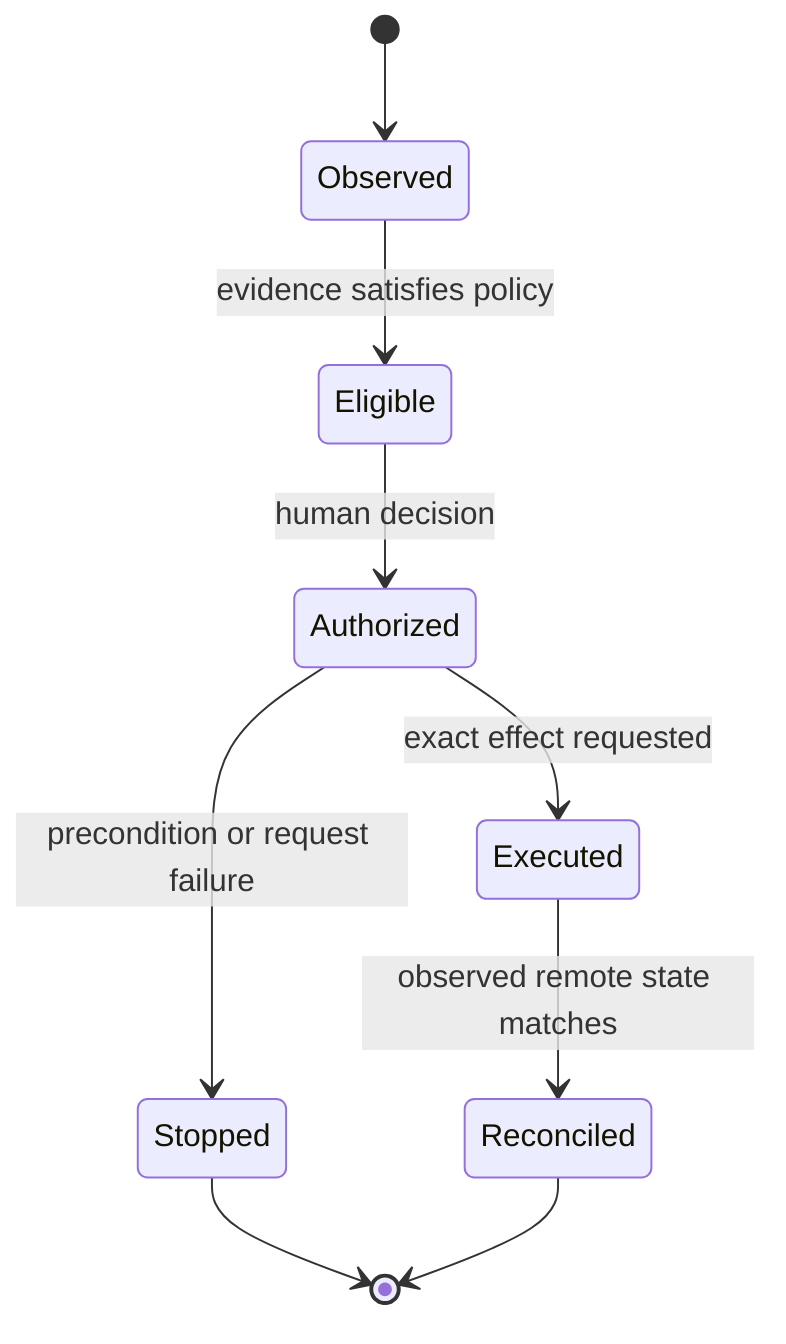
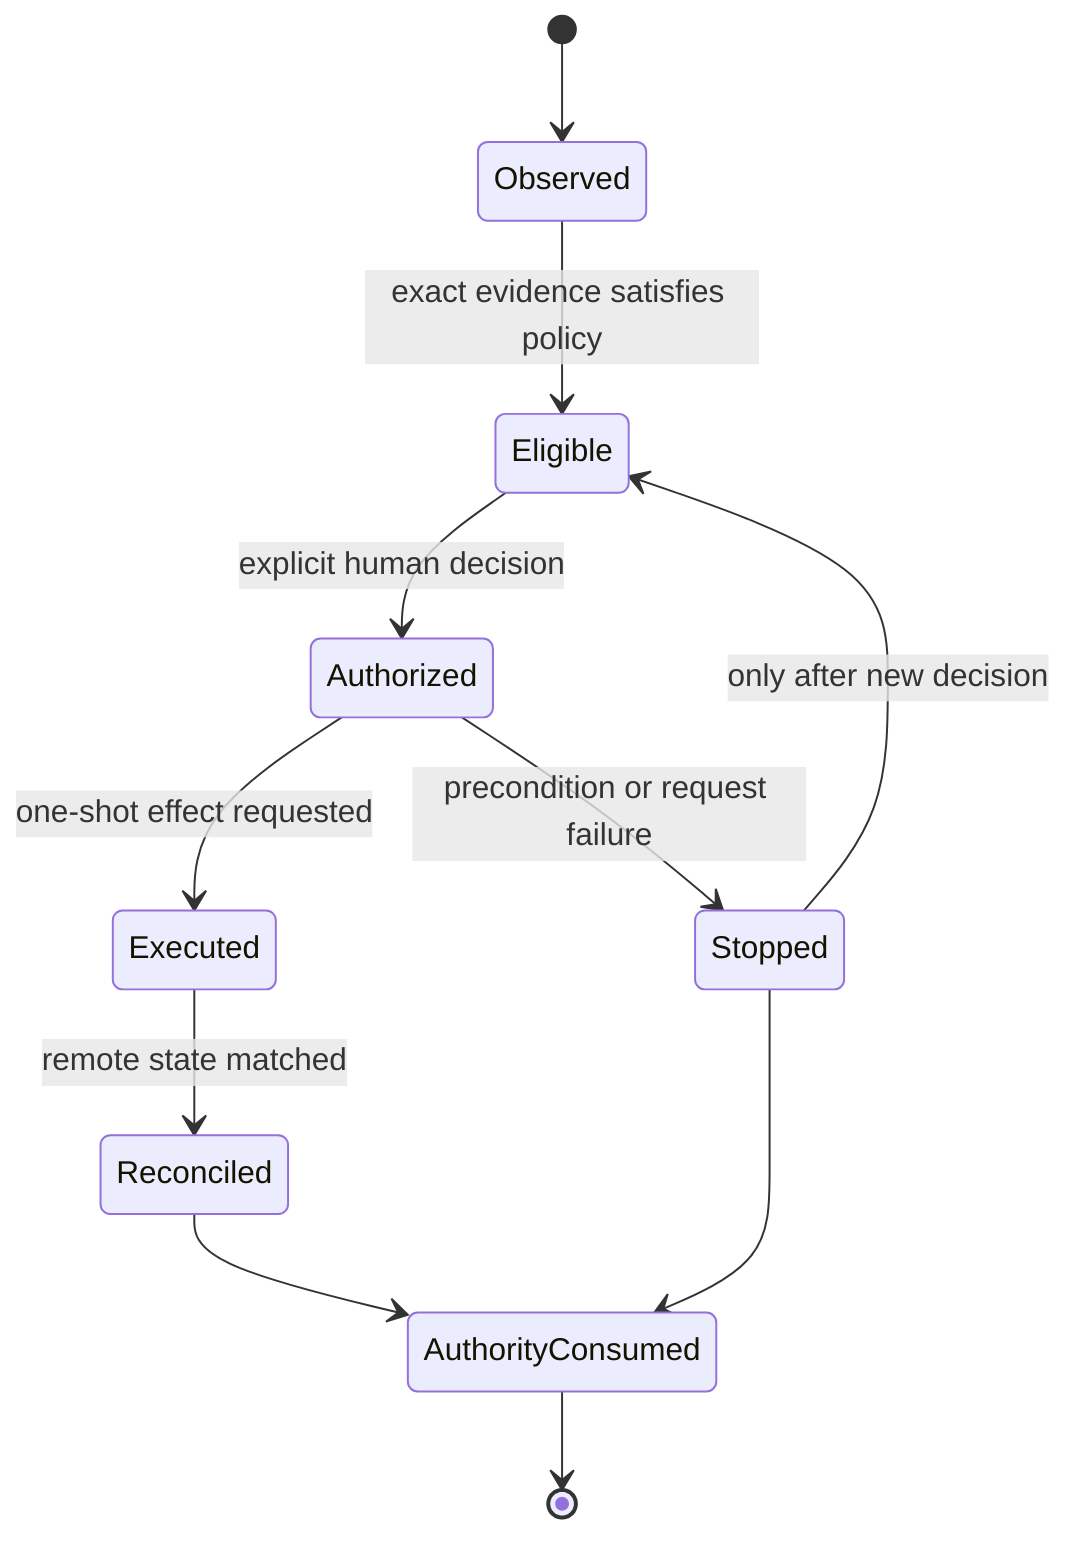
stateDiagram-v2
    [*] --> Observed
-     Observed --> Eligible: evidence satisfies policy
-     Eligible --> Authorized: human decision
-     Authorized --> Executed: exact effect requested
-     Executed --> Reconciled: observed remote state matches
+     Observed --> Eligible: exact evidence satisfies policy
+     Eligible --> Authorized: explicit human decision
+     Authorized --> Executed: one-shot effect requested
+     Executed --> Reconciled: remote state matched
    Authorized --> Stopped: precondition or request failure
-     Stopped --> [*]
-     Reconciled --> [*]
+     Stopped --> Eligible: only after new decision
+     Reconciled --> AuthorityConsumed
+     Stopped --> AuthorityConsumed
+     AuthorityConsumed --> [*]

